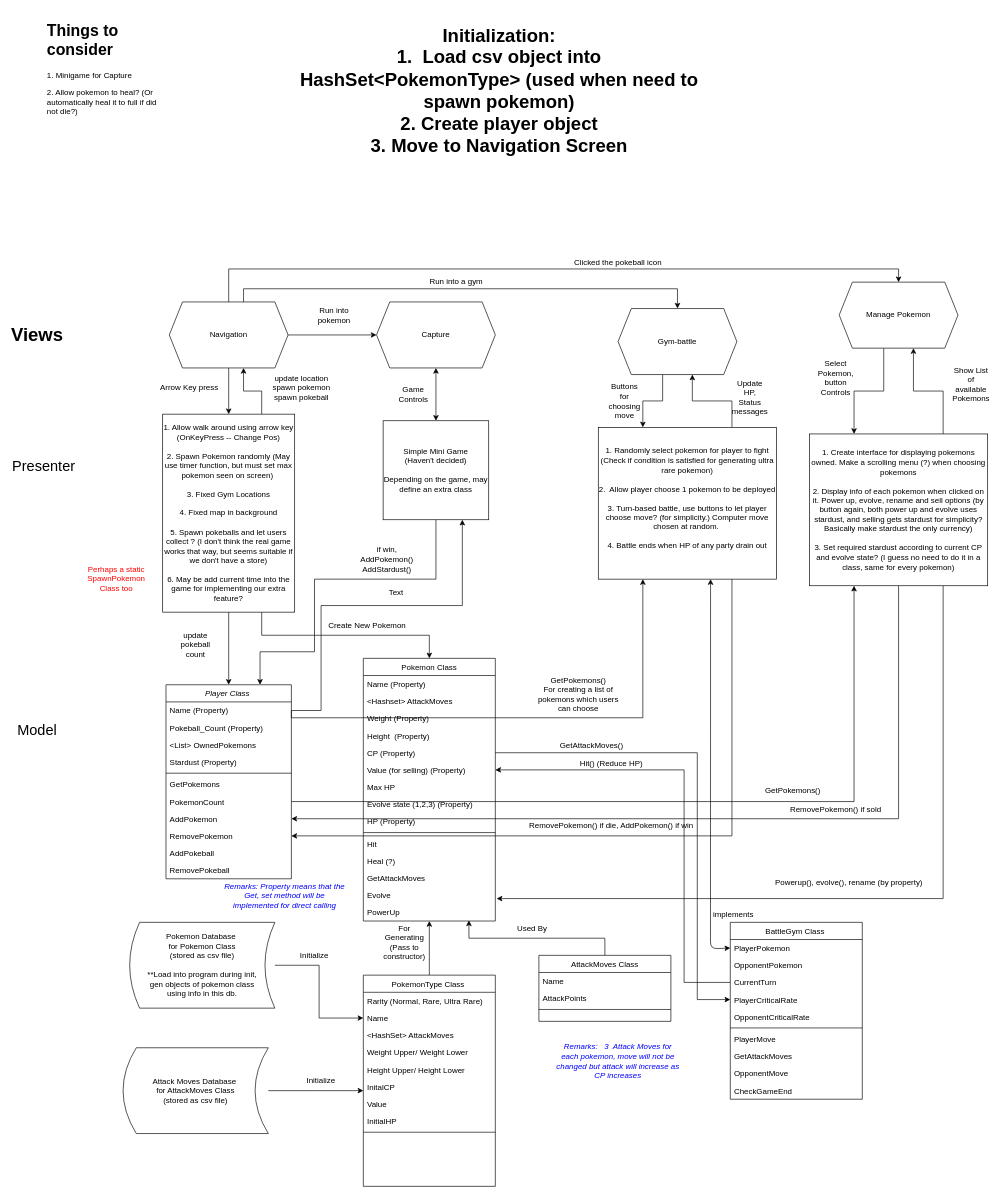
The draw.io diagram Untitled Diagram.drawio in tpmmthomas/ierg3080-pokemon-go, before the edit. Source tidied: cells renumbered, new cells numbered last; positions are measured from the earlier drawing's top-left corner, leaving out a move shared by most shapes. Both pictures are drawn from the tidied source at 66%, with x=0, y=0 at pixel (24, 18).
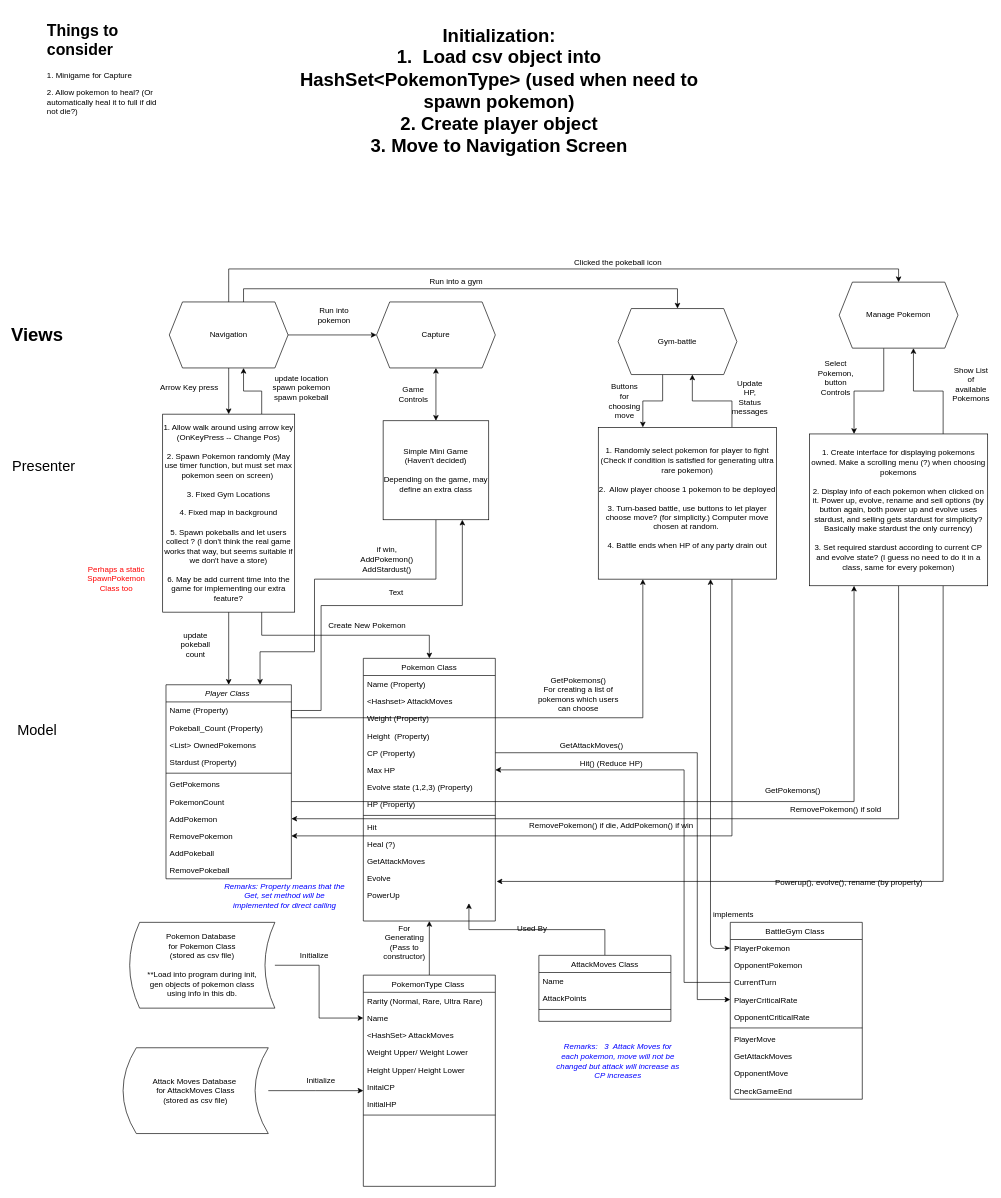
The same page after the edit.

The change refers to these unchanged cells:
```xml
<mxCell id="40" value="Pokemon Class" style="swimlane;fontStyle=0;align=center;verticalAlign=top;horizontal=1;startSize=26;rounded=0;shadow=0;strokeWidth=1;" parent="1" vertex="1">
  <mxGeometry x="514" y="970" width="200" height="398" as="geometry" />
</mxCell>
<mxCell id="72" value="PokemonType Class " style="swimlane;fontStyle=0;align=center;verticalAlign=top;horizontal=1;startSize=26;rounded=0;shadow=0;strokeWidth=1;" parent="1" vertex="1">
  <mxGeometry x="514" y="1450" width="200" height="320" as="geometry" />
</mxCell>
<mxCell id="114" value="CurrentTurn" style="text;align=left;verticalAlign=top;spacingLeft=4;spacingRight=4;overflow=hidden;points=[[0,0.5],[1,0.5]];portConstraint=eastwest;rounded=0;shadow=0;html=0;" parent="111" vertex="1">
  <mxGeometry y="78" width="200" height="26" as="geometry" />
</mxCell>
```

The edit, as a diff of the source:
```diff
@@
-    <mxCell id="46" value="Value (for selling) (Property)" style="text;align=left;verticalAlign=top;spacingLeft=4;spacingRight=4;overflow=hidden;points=[[0,0.5],[1,0.5]];portConstraint=eastwest;rounded=0;shadow=0;html=0;" parent="40" vertex="1">
-      <mxGeometry y="156" width="200" height="26" as="geometry" />
-    </mxCell>
     <mxCell id="47" value="Max HP" style="text;align=left;verticalAlign=top;spacingLeft=4;spacingRight=4;overflow=hidden;rounded=0;shadow=0;html=0;" parent="40" vertex="1">
-      <mxGeometry y="182" width="200" height="26" as="geometry" />
+      <mxGeometry y="156" width="200" height="26" as="geometry" />
     </mxCell>
     <mxCell id="48" value="Evolve state (1,2,3) (Property)" style="text;align=left;verticalAlign=top;spacingLeft=4;spacingRight=4;overflow=hidden;rounded=0;shadow=0;html=0;" parent="40" vertex="1">
-      <mxGeometry y="208" width="200" height="26" as="geometry" />
+      <mxGeometry y="182" width="200" height="26" as="geometry" />
     </mxCell>
     <mxCell id="49" value="HP (Property)" style="text;align=left;verticalAlign=top;spacingLeft=4;spacingRight=4;overflow=hidden;rounded=0;shadow=0;html=0;" parent="40" vertex="1">
-      <mxGeometry y="234" width="200" height="26" as="geometry" />
+      <mxGeometry y="208" width="200" height="26" as="geometry" />
     </mxCell>
     <mxCell id="50" style="line;html=1;strokeWidth=1;align=left;verticalAlign=middle;spacingTop=-1;spacingLeft=3;spacingRight=3;labelPosition=right;" parent="40" vertex="1">
-      <mxGeometry y="260" width="200" height="8" as="geometry" />
+      <mxGeometry y="234" width="200" height="8" as="geometry" />
     </mxCell>
     <mxCell id="51" value="Hit" style="text;align=left;verticalAlign=top;spacingLeft=4;spacingRight=4;overflow=hidden;" parent="40" vertex="1">
-      <mxGeometry y="268" width="200" height="26" as="geometry" />
+      <mxGeometry y="242" width="200" height="26" as="geometry" />
     </mxCell>
     <mxCell id="52" value="Heal (?)" style="text;align=left;verticalAlign=top;spacingLeft=4;spacingRight=4;overflow=hidden;" parent="40" vertex="1">
-      <mxGeometry y="294" width="200" height="26" as="geometry" />
+      <mxGeometry y="268" width="200" height="26" as="geometry" />
     </mxCell>
     <mxCell id="53" value="GetAttackMoves" style="text;align=left;verticalAlign=top;spacingLeft=4;spacingRight=4;overflow=hidden;" parent="40" vertex="1">
-      <mxGeometry y="320" width="200" height="26" as="geometry" />
+      <mxGeometry y="294" width="200" height="26" as="geometry" />
     </mxCell>
     <mxCell id="54" value="Evolve" style="text;align=left;verticalAlign=top;spacingLeft=4;spacingRight=4;overflow=hidden;" parent="40" vertex="1">
-      <mxGeometry y="346" width="200" height="26" as="geometry" />
+      <mxGeometry y="320" width="200" height="26" as="geometry" />
     </mxCell>
     <mxCell id="55" value="PowerUp" style="text;align=left;verticalAlign=top;spacingLeft=4;spacingRight=4;overflow=hidden;points=[[0,0.5],[1,0.5]];portConstraint=eastwest;" parent="40" vertex="1">
-      <mxGeometry y="372" width="200" height="26" as="geometry" />
+      <mxGeometry y="346" width="200" height="26" as="geometry" />
     </mxCell>
@@
-    <mxCell id="79" value="Value" style="text;align=left;verticalAlign=top;spacingLeft=4;spacingRight=4;overflow=hidden;rounded=0;shadow=0;html=0;" parent="72" vertex="1">
-      <mxGeometry y="182" width="200" height="26" as="geometry" />
-    </mxCell>
     <mxCell id="80" value="InitialHP" style="text;align=left;verticalAlign=top;spacingLeft=4;spacingRight=4;overflow=hidden;rounded=0;shadow=0;html=0;" parent="72" vertex="1">
-      <mxGeometry y="208" width="200" height="26" as="geometry" />
+      <mxGeometry y="182" width="200" height="26" as="geometry" />
     </mxCell>
     <mxCell id="81" style="line;html=1;strokeWidth=1;align=left;verticalAlign=middle;spacingTop=-1;spacingLeft=3;spacingRight=3;labelPosition=right;" parent="72" vertex="1">
-      <mxGeometry y="234" width="200" height="8" as="geometry" />
+      <mxGeometry y="208" width="200" height="8" as="geometry" />
     </mxCell>
@@
-    <mxCell id="124" style="edgeStyle=orthogonalEdgeStyle;rounded=0;jettySize=auto;html=1;exitX=0;exitY=0.5;exitDx=0;exitDy=0;entryX=1;entryY=0.5;entryDx=0;entryDy=0;fontColor=#000000;" parent="1" edge="1" source="114" target="46">
+    <mxCell id="124" style="edgeStyle=orthogonalEdgeStyle;rounded=0;jettySize=auto;html=1;exitX=0;exitY=0.5;exitDx=0;exitDy=0;entryX=1;entryY=0.5;entryDx=0;entryDy=0;fontColor=#000000;" parent="1" edge="1" source="114">
       <mxGeometry relative="1" as="geometry">
+        <mxPoint x="714" y="1139" as="targetPoint" />
         <Array as="points">
           <mxPoint x="1000" y="1461" />
           <mxPoint x="1000" y="1139" />
         </Array>
       </mxGeometry>
     </mxCell>
```
